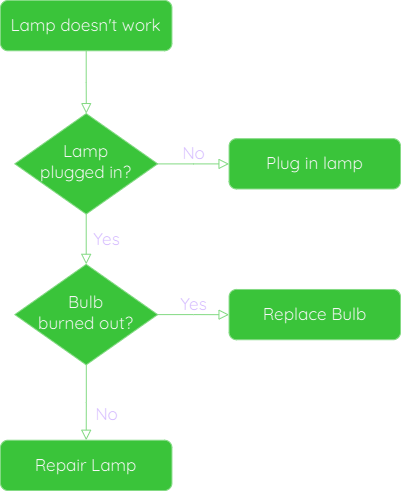
Before: docs/Images/Simple-Conditional-Statements-1.drawio.png, a diagram exported from draw.io (Mr-Wood-CS/National-5-Computing-Science-Markdown-Files). Source tidied: cells renumbered, new cells last; positions are measured from the earlier drawing's top-left corner, leaving out a move shared by most shapes.
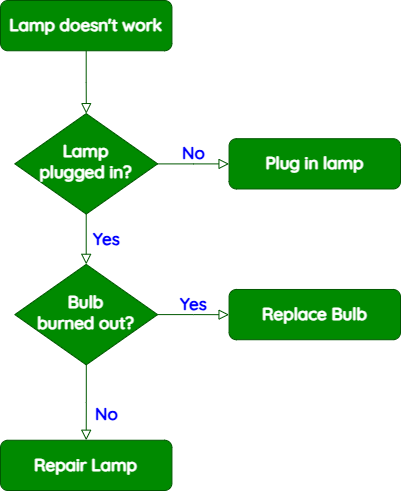
The same file after the commit.

Commit message:
Update Simple Conditional Statements

What changed in the source:
```diff
@@ -2,37 +2,37 @@
   <root>
     <mxCell id="0" />
     <mxCell id="1" parent="0" />
-    <mxCell id="2" style="rounded=0;html=1;jettySize=auto;fontSize=17;endArrow=block;endFill=0;endSize=8;strokeWidth=1;shadow=0;labelBackgroundColor=none;edgeStyle=orthogonalEdgeStyle;fillColor=#008a00;strokeColor=#005700;fontFamily=Quicksand;fontSource=https%3A%2F%2Ffonts.googleapis.com%2Fcss%3Ffamily%3DQuicksand;fontColor=#3118f2;" parent="1" edge="1" source="3" target="6">
+    <mxCell id="2" style="rounded=0;html=1;jettySize=auto;fontSize=17;endArrow=block;endFill=0;endSize=8;strokeWidth=1;shadow=0;labelBackgroundColor=none;edgeStyle=orthogonalEdgeStyle;fillColor=#008a00;strokeColor=#005700;fontFamily=Quicksand;fontSource=https%3A%2F%2Ffonts.googleapis.com%2Fcss%3Ffamily%3DQuicksand;fontColor=#050505;" parent="1" edge="1" source="3" target="6">
       <mxGeometry relative="1" as="geometry" />
     </mxCell>
-    <mxCell id="3" value="Lamp doesn't work" style="rounded=1;whiteSpace=wrap;html=1;fontSize=17;glass=0;strokeWidth=1;shadow=0;fillColor=#008a00;fontColor=#080808;strokeColor=#005700;fontFamily=Quicksand;fontSource=https%3A%2F%2Ffonts.googleapis.com%2Fcss%3Ffamily%3DQuicksand;" parent="1" vertex="1">
+    <mxCell id="3" value="Lamp doesn't work" style="rounded=1;whiteSpace=wrap;html=1;fontSize=17;glass=0;strokeWidth=1;shadow=0;fillColor=#008a00;fontColor=#FFFFFF;strokeColor=#005700;fontFamily=Quicksand;fontSource=https%3A%2F%2Ffonts.googleapis.com%2Fcss%3Ffamily%3DQuicksand;fontStyle=1;" parent="1" vertex="1">
       <mxGeometry width="171.4" height="50.3" as="geometry" />
     </mxCell>
-    <mxCell id="4" value="Yes" style="rounded=0;html=1;jettySize=auto;fontSize=17;endArrow=block;endFill=0;endSize=8;strokeWidth=1;shadow=0;labelBackgroundColor=none;edgeStyle=orthogonalEdgeStyle;fillColor=#008a00;strokeColor=#005700;fontFamily=Quicksand;fontSource=https%3A%2F%2Ffonts.googleapis.com%2Fcss%3Ffamily%3DQuicksand;fontColor=#3118f2;" parent="1" edge="1" source="6" target="10">
+    <mxCell id="4" value="&lt;b&gt;&lt;font color=&quot;#0000ff&quot;&gt;Yes&lt;/font&gt;&lt;/b&gt;" style="rounded=0;html=1;jettySize=auto;fontSize=17;endArrow=block;endFill=0;endSize=8;strokeWidth=1;shadow=0;labelBackgroundColor=none;edgeStyle=orthogonalEdgeStyle;fillColor=#008a00;strokeColor=#005700;fontFamily=Quicksand;fontSource=https%3A%2F%2Ffonts.googleapis.com%2Fcss%3Ffamily%3DQuicksand;fontColor=#050505;" parent="1" edge="1" source="6" target="10">
       <mxGeometry y="20" relative="1" as="geometry" />
     </mxCell>
-    <mxCell id="5" value="No" style="edgeStyle=orthogonalEdgeStyle;rounded=0;html=1;jettySize=auto;fontSize=17;endArrow=block;endFill=0;endSize=8;strokeWidth=1;shadow=0;labelBackgroundColor=none;fillColor=#008a00;strokeColor=#005700;fontFamily=Quicksand;fontSource=https%3A%2F%2Ffonts.googleapis.com%2Fcss%3Ffamily%3DQuicksand;fontColor=#3118f2;" parent="1" edge="1" source="6" target="7">
+    <mxCell id="5" value="&lt;font color=&quot;#0000ff&quot;&gt;&lt;b&gt;No&lt;/b&gt;&lt;/font&gt;" style="edgeStyle=orthogonalEdgeStyle;rounded=0;html=1;jettySize=auto;fontSize=17;endArrow=block;endFill=0;endSize=8;strokeWidth=1;shadow=0;labelBackgroundColor=none;fillColor=#008a00;strokeColor=#005700;fontFamily=Quicksand;fontSource=https%3A%2F%2Ffonts.googleapis.com%2Fcss%3Ffamily%3DQuicksand;fontColor=#050505;" parent="1" edge="1" source="6" target="7">
       <mxGeometry y="10" relative="1" as="geometry" />
     </mxCell>
-    <mxCell id="6" value="Lamp&lt;br style=&quot;font-size: 17px;&quot;&gt;plugged in?" style="rhombus;whiteSpace=wrap;html=1;shadow=0;fontFamily=Quicksand;fontSize=17;align=center;strokeWidth=1;spacing=6;spacingTop=-4;fillColor=#008a00;fontColor=#080808;strokeColor=#005700;fontSource=https%3A%2F%2Ffonts.googleapis.com%2Fcss%3Ffamily%3DQuicksand;" parent="1" vertex="1">
+    <mxCell id="6" value="Lamp&lt;br style=&quot;font-size: 17px;&quot;&gt;plugged in?" style="rhombus;whiteSpace=wrap;html=1;shadow=0;fontFamily=Quicksand;fontSize=17;align=center;strokeWidth=1;spacing=6;spacingTop=-4;fillColor=#008a00;fontColor=#FFFFFF;strokeColor=#005700;fontSource=https%3A%2F%2Ffonts.googleapis.com%2Fcss%3Ffamily%3DQuicksand;fontStyle=1;" parent="1" vertex="1">
       <mxGeometry x="14.3" y="113.1" width="142.9" height="100.5" as="geometry" />
     </mxCell>
-    <mxCell id="7" value="Plug in lamp" style="rounded=1;whiteSpace=wrap;html=1;fontSize=17;glass=0;strokeWidth=1;shadow=0;fillColor=#008a00;fontColor=#080808;strokeColor=#005700;fontFamily=Quicksand;fontSource=https%3A%2F%2Ffonts.googleapis.com%2Fcss%3Ffamily%3DQuicksand;" parent="1" vertex="1">
+    <mxCell id="7" value="Plug in lamp" style="rounded=1;whiteSpace=wrap;html=1;fontSize=17;glass=0;strokeWidth=1;shadow=0;fillColor=#008a00;fontColor=#FFFFFF;strokeColor=#005700;fontFamily=Quicksand;fontSource=https%3A%2F%2Ffonts.googleapis.com%2Fcss%3Ffamily%3DQuicksand;fontStyle=1;" parent="1" vertex="1">
       <mxGeometry x="228.6" y="138.2" width="171.4" height="50.3" as="geometry" />
     </mxCell>
-    <mxCell id="8" value="No" style="rounded=0;html=1;jettySize=auto;fontSize=17;endArrow=block;endFill=0;endSize=8;strokeWidth=1;shadow=0;labelBackgroundColor=none;edgeStyle=orthogonalEdgeStyle;fillColor=#008a00;strokeColor=#005700;fontFamily=Quicksand;fontSource=https%3A%2F%2Ffonts.googleapis.com%2Fcss%3Ffamily%3DQuicksand;fontColor=#3118f2;" parent="1" edge="1" source="10" target="11">
+    <mxCell id="8" value="&lt;font color=&quot;#0000ff&quot;&gt;&lt;b&gt;No&lt;/b&gt;&lt;/font&gt;" style="rounded=0;html=1;jettySize=auto;fontSize=17;endArrow=block;endFill=0;endSize=8;strokeWidth=1;shadow=0;labelBackgroundColor=none;edgeStyle=orthogonalEdgeStyle;fillColor=#008a00;strokeColor=#005700;fontFamily=Quicksand;fontSource=https%3A%2F%2Ffonts.googleapis.com%2Fcss%3Ffamily%3DQuicksand;fontColor=#050505;" parent="1" edge="1" source="10" target="11">
       <mxGeometry x="0.33" y="20" relative="1" as="geometry" />
     </mxCell>
-    <mxCell id="9" value="Yes" style="edgeStyle=orthogonalEdgeStyle;rounded=0;html=1;jettySize=auto;fontSize=17;endArrow=block;endFill=0;endSize=8;strokeWidth=1;shadow=0;labelBackgroundColor=none;fillColor=#008a00;strokeColor=#005700;fontFamily=Quicksand;fontSource=https%3A%2F%2Ffonts.googleapis.com%2Fcss%3Ffamily%3DQuicksand;fontColor=#3118f2;" parent="1" edge="1" source="10" target="12">
+    <mxCell id="9" value="&lt;font color=&quot;#0000ff&quot;&gt;&lt;b&gt;Yes&lt;/b&gt;&lt;/font&gt;" style="edgeStyle=orthogonalEdgeStyle;rounded=0;html=1;jettySize=auto;fontSize=17;endArrow=block;endFill=0;endSize=8;strokeWidth=1;shadow=0;labelBackgroundColor=none;fillColor=#008a00;strokeColor=#005700;fontFamily=Quicksand;fontSource=https%3A%2F%2Ffonts.googleapis.com%2Fcss%3Ffamily%3DQuicksand;fontColor=#050505;" parent="1" edge="1" source="10" target="12">
       <mxGeometry y="10" relative="1" as="geometry" />
     </mxCell>
-    <mxCell id="10" value="Bulb&lt;br style=&quot;font-size: 17px;&quot;&gt;burned out?" style="rhombus;whiteSpace=wrap;html=1;shadow=0;fontFamily=Quicksand;fontSize=17;align=center;strokeWidth=1;spacing=6;spacingTop=-4;fillColor=#008a00;fontColor=#080808;strokeColor=#005700;fontSource=https%3A%2F%2Ffonts.googleapis.com%2Fcss%3Ffamily%3DQuicksand;" parent="1" vertex="1">
+    <mxCell id="10" value="Bulb&lt;br style=&quot;font-size: 17px;&quot;&gt;burned out?" style="rhombus;whiteSpace=wrap;html=1;shadow=0;fontFamily=Quicksand;fontSize=17;align=center;strokeWidth=1;spacing=6;spacingTop=-4;fillColor=#008a00;fontColor=#FFFFFF;strokeColor=#005700;fontSource=https%3A%2F%2Ffonts.googleapis.com%2Fcss%3Ffamily%3DQuicksand;fontStyle=1;" parent="1" vertex="1">
       <mxGeometry x="14.3" y="263.8" width="142.9" height="100.5" as="geometry" />
     </mxCell>
-    <mxCell id="11" value="Repair Lamp" style="rounded=1;whiteSpace=wrap;html=1;fontSize=17;glass=0;strokeWidth=1;shadow=0;fillColor=#008a00;fontColor=#080808;strokeColor=#005700;fontFamily=Quicksand;fontSource=https%3A%2F%2Ffonts.googleapis.com%2Fcss%3Ffamily%3DQuicksand;" parent="1" vertex="1">
+    <mxCell id="11" value="Repair Lamp" style="rounded=1;whiteSpace=wrap;html=1;fontSize=17;glass=0;strokeWidth=1;shadow=0;fillColor=#008a00;fontColor=#FFFFFF;strokeColor=#005700;fontFamily=Quicksand;fontSource=https%3A%2F%2Ffonts.googleapis.com%2Fcss%3Ffamily%3DQuicksand;fontStyle=1;" parent="1" vertex="1">
       <mxGeometry y="439.7" width="171.4" height="50.3" as="geometry" />
     </mxCell>
-    <mxCell id="12" value="Replace Bulb" style="rounded=1;whiteSpace=wrap;html=1;fontSize=17;glass=0;strokeWidth=1;shadow=0;fillColor=#008a00;fontColor=#080808;strokeColor=#005700;fontFamily=Quicksand;fontSource=https%3A%2F%2Ffonts.googleapis.com%2Fcss%3Ffamily%3DQuicksand;" parent="1" vertex="1">
+    <mxCell id="12" value="Replace Bulb" style="rounded=1;whiteSpace=wrap;html=1;fontSize=17;glass=0;strokeWidth=1;shadow=0;fillColor=#008a00;fontColor=#FFFFFF;strokeColor=#005700;fontFamily=Quicksand;fontSource=https%3A%2F%2Ffonts.googleapis.com%2Fcss%3Ffamily%3DQuicksand;fontStyle=1;" parent="1" vertex="1">
       <mxGeometry x="228.6" y="289" width="171.4" height="50.3" as="geometry" />
     </mxCell>
   </root>
```
